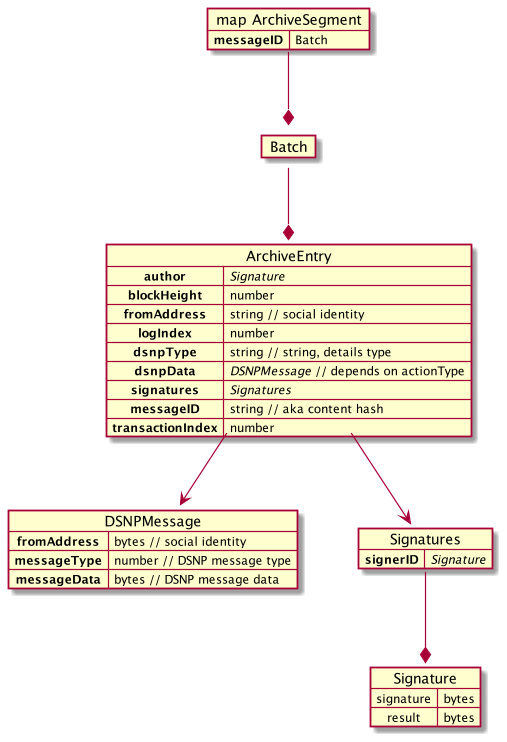
Earlier version of the PlantUML export images/ArchiveMessages.png (LibertyDSNP/spec).
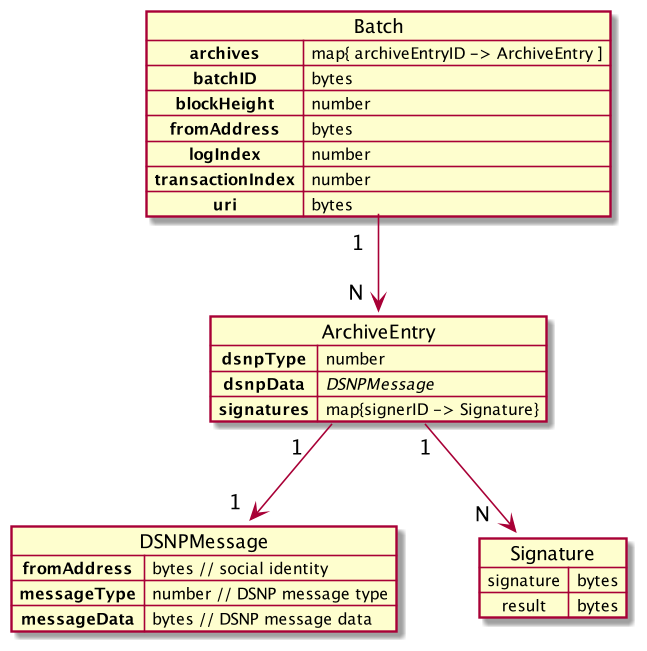
Later version of the same file.

Commit message:
incorporate PR comments/review and move some stuff around, add corrections, new diagram

Change to the diagram source:
```diff
@@ -1,26 +1,20 @@
 @startuml
 
-
-map "map ArchiveSegment" as aseg {
-    **messageID** => Batch
-}
 map Batch {
-    **announcer** = string
-    **messageID** = string // aka content hash
-    **posts** = [post1...postN]
-    **signature** Signature  // signature
+    **archives** => map{ archiveEntryID -> ArchiveEntry ]
+    **batchID** => bytes
+    **blockHeight** => number
+    **fromAddress** => bytes
+    **logIndex** => number
+    **signature** <i>Signature</i>
+    **transactionIndex**  => number
+    **uri** => bytes
 }
 
 map ArchiveEntry {
-    **author** => <i>Signature</i>
-    **blockHeight** => number
-    **fromAddress** => string // social identity
-    **logIndex** => number
-    **dsnpType** => string // string, details type
-    **dsnpData** =>  <i>DSNPMessage</i> // depends on actionType
-    **signatures** => <i>Signatures</i>
-    **messageID** => string // aka content hash
-    **transactionIndex**  => number
+    **dsnpType** => number
+    **dsnpData** =>  <i>DSNPMessage</i>
+    **signatures** => map{signerID -> Signature}
 }
 
 map DSNPMessage {
@@ -34,14 +28,8 @@
     result =>  bytes
 }
 
-map Signatures {
-    **signerID** => <i>Signature</i>
-}
-
-aseg --* Batch
-Batch --* ArchiveEntry
-ArchiveEntry --> Signatures
-ArchiveEntry --> DSNPMessage
-Signatures --* Signature
+Batch "1  " --> "N  " ArchiveEntry
+ArchiveEntry "1" --> "N   " Signature
+ArchiveEntry "1   " --> "1  " DSNPMessage
 
 @enduml
```
